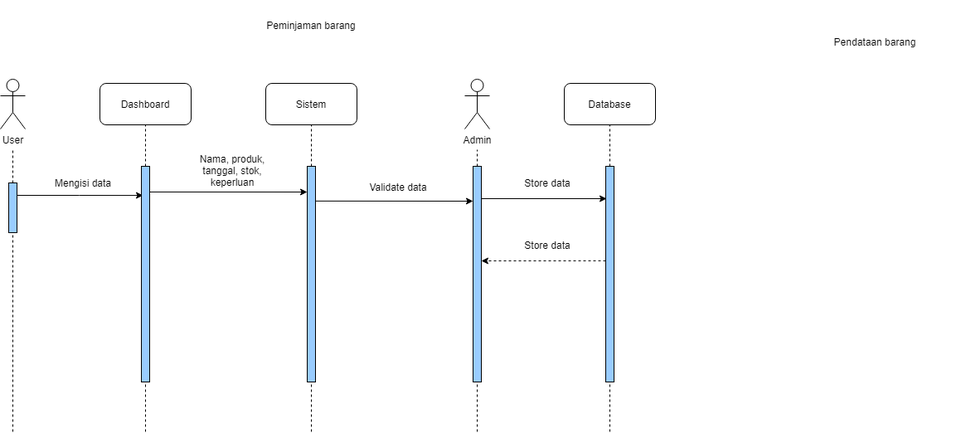
Above: diagrams/Sequence Diagram.drawio.png in johannfac/aplikasipeminjamanaset (draw.io), before the change. Source tidied: cells renumbered, new cells last; positions are measured from the earlier drawing's top-left corner, leaving out a move shared by most shapes.
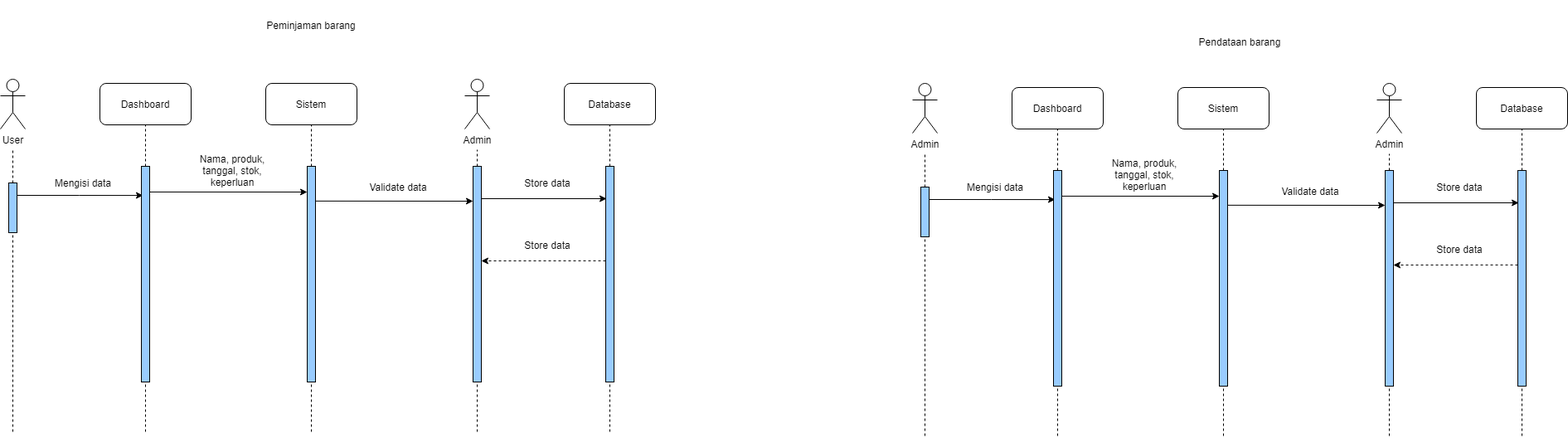
After the commit.

What changed in the source:
```diff
@@ -6,7 +6,7 @@
       <mxGeometry x="265" width="220" height="60" as="geometry" />
     </mxCell>
     <mxCell id="3" value="Pendataan barang" style="text;html=1;strokeColor=none;fillColor=none;align=center;verticalAlign=middle;whiteSpace=wrap;rounded=0;" parent="1" vertex="1">
-      <mxGeometry x="940" y="20" width="230" height="60" as="geometry" />
+      <mxGeometry x="1380" y="20" width="230" height="60" as="geometry" />
     </mxCell>
     <mxCell id="4" value="Dashboard" style="rounded=1;whiteSpace=wrap;html=1;" parent="1" vertex="1">
       <mxGeometry x="120" y="100" width="110" height="50" as="geometry" />
@@ -120,5 +120,117 @@
     <mxCell id="33" value="Store data" style="text;html=1;strokeColor=none;fillColor=none;align=center;verticalAlign=middle;whiteSpace=wrap;rounded=0;" parent="1" vertex="1">
       <mxGeometry x="610" y="280" width="100" height="30" as="geometry" />
     </mxCell>
+    <mxCell id="34" value="Dashboard" style="rounded=1;whiteSpace=wrap;html=1;" parent="1" vertex="1">
+      <mxGeometry x="1220" y="105" width="110" height="50" as="geometry" />
+    </mxCell>
+    <mxCell id="35" value="Sistem" style="rounded=1;whiteSpace=wrap;html=1;" parent="1" vertex="1">
+      <mxGeometry x="1420" y="105" width="110" height="50" as="geometry" />
+    </mxCell>
+    <mxCell id="36" value="Database" style="rounded=1;whiteSpace=wrap;html=1;" parent="1" vertex="1">
+      <mxGeometry x="1780" y="105" width="110" height="50" as="geometry" />
+    </mxCell>
+    <mxCell id="37" value="Admin" style="shape=umlActor;verticalLabelPosition=bottom;verticalAlign=top;html=1;" parent="1" vertex="1">
+      <mxGeometry x="1100" y="100" width="30" height="60" as="geometry" />
+    </mxCell>
+    <mxCell id="38" value="Admin" style="shape=umlActor;verticalLabelPosition=bottom;verticalAlign=top;html=1;" parent="1" vertex="1">
+      <mxGeometry x="1660" y="100" width="30" height="60" as="geometry" />
+    </mxCell>
+    <mxCell id="39" style="endArrow=none;dashed=1;html=1;rounded=0;startArrow=none;" parent="1" edge="1" source="47">
+      <mxGeometry relative="1" as="geometry">
+        <mxPoint x="1115" y="185" as="targetPoint" />
+      </mxGeometry>
+    </mxCell>
+    <mxCell id="40" style="endArrow=none;dashed=1;html=1;rounded=0;entryX=0.5;entryY=1;entryDx=0;entryDy=0;startArrow=none;" parent="1" edge="1" source="49" target="34">
+      <mxGeometry relative="1" as="geometry" />
+    </mxCell>
+    <mxCell id="41" style="endArrow=none;dashed=1;html=1;rounded=0;entryX=0.5;entryY=1;entryDx=0;entryDy=0;startArrow=none;" parent="1" edge="1" source="51">
+      <mxGeometry relative="1" as="geometry">
+        <mxPoint x="1475" y="155" as="targetPoint" />
+      </mxGeometry>
+    </mxCell>
+    <mxCell id="42" style="endArrow=none;dashed=1;html=1;rounded=0;startArrow=none;" parent="1" edge="1" source="53">
+      <mxGeometry relative="1" as="geometry">
+        <mxPoint x="1675" y="185" as="targetPoint" />
+      </mxGeometry>
+    </mxCell>
+    <mxCell id="43" style="endArrow=none;dashed=1;html=1;rounded=0;entryX=0.5;entryY=1;entryDx=0;entryDy=0;startArrow=none;" parent="1" edge="1" source="44" target="36">
+      <mxGeometry relative="1" as="geometry" />
+    </mxCell>
+    <mxCell id="44" style="rounded=0;whiteSpace=wrap;html=1;fillColor=#99CCFF;" parent="1" vertex="1">
+      <mxGeometry x="1830" y="205" width="10" height="260" as="geometry" />
+    </mxCell>
+    <mxCell id="45" style="endArrow=none;dashed=1;html=1;rounded=0;entryX=0.5;entryY=1;entryDx=0;entryDy=0;" parent="1" edge="1" target="44">
+      <mxGeometry relative="1" as="geometry">
+        <mxPoint x="1835" y="525" as="sourcePoint" />
+      </mxGeometry>
+    </mxCell>
+    <mxCell id="46" style="edgeStyle=orthogonalEdgeStyle;rounded=0;jettySize=auto;html=1;exitX=1;exitY=0.25;exitDx=0;exitDy=0;entryX=0.2;entryY=0.135;entryDx=0;entryDy=0;entryPerimeter=0;" parent="1" edge="1" source="47" target="49">
+      <mxGeometry relative="1" as="geometry" />
+    </mxCell>
+    <mxCell id="47" style="rounded=0;whiteSpace=wrap;html=1;fillColor=#99CCFF;" parent="1" vertex="1">
+      <mxGeometry x="1110" y="225" width="10" height="60" as="geometry" />
+    </mxCell>
+    <mxCell id="48" style="endArrow=none;dashed=1;html=1;rounded=0;" parent="1" edge="1" target="47">
+      <mxGeometry relative="1" as="geometry">
+        <mxPoint x="1115" y="525" as="sourcePoint" />
+      </mxGeometry>
+    </mxCell>
+    <mxCell id="49" style="rounded=0;whiteSpace=wrap;html=1;fillColor=#99CCFF;" parent="1" vertex="1">
+      <mxGeometry x="1270" y="205" width="10" height="260" as="geometry" />
+    </mxCell>
+    <mxCell id="50" style="endArrow=none;dashed=1;html=1;rounded=0;entryX=0.5;entryY=1;entryDx=0;entryDy=0;" parent="1" edge="1" target="49">
+      <mxGeometry relative="1" as="geometry">
+        <mxPoint x="1275" y="525" as="sourcePoint" />
+      </mxGeometry>
+    </mxCell>
+    <mxCell id="51" style="rounded=0;whiteSpace=wrap;html=1;fillColor=#99CCFF;" parent="1" vertex="1">
+      <mxGeometry x="1470" y="205" width="10" height="260" as="geometry" />
+    </mxCell>
+    <mxCell id="52" style="endArrow=none;dashed=1;html=1;rounded=0;entryX=0.5;entryY=1;entryDx=0;entryDy=0;" parent="1" edge="1" target="51">
+      <mxGeometry relative="1" as="geometry">
+        <mxPoint x="1475" y="525" as="sourcePoint" />
+      </mxGeometry>
+    </mxCell>
+    <mxCell id="53" style="rounded=0;whiteSpace=wrap;html=1;fillColor=#99CCFF;" parent="1" vertex="1">
+      <mxGeometry x="1670" y="205" width="10" height="260" as="geometry" />
+    </mxCell>
+    <mxCell id="54" style="endArrow=none;dashed=1;html=1;rounded=0;entryX=0.5;entryY=1;entryDx=0;entryDy=0;" parent="1" edge="1" target="53">
+      <mxGeometry relative="1" as="geometry">
+        <mxPoint x="1675" y="525" as="sourcePoint" />
+      </mxGeometry>
+    </mxCell>
+    <mxCell id="55" value="Mengisi data" style="text;html=1;strokeColor=none;fillColor=none;align=center;verticalAlign=middle;whiteSpace=wrap;rounded=0;" parent="1" vertex="1">
+      <mxGeometry x="1150" y="215" width="100" height="20" as="geometry" />
+    </mxCell>
+    <mxCell id="56" value="Nama, produk, tanggal, stok, keperluan" style="text;html=1;strokeColor=none;fillColor=none;align=center;verticalAlign=middle;whiteSpace=wrap;rounded=0;" parent="1" vertex="1">
+      <mxGeometry x="1330" y="185" width="100" height="50" as="geometry" />
+    </mxCell>
+    <mxCell id="57" style="endArrow=classic;html=1;rounded=0;exitX=1;exitY=0.119;exitDx=0;exitDy=0;exitPerimeter=0;" parent="1" edge="1" source="49">
+      <mxGeometry relative="1" as="geometry">
+        <mxPoint x="1470" y="236" as="targetPoint" />
+      </mxGeometry>
+    </mxCell>
+    <mxCell id="58" style="endArrow=classic;html=1;rounded=0;exitX=1;exitY=0.161;exitDx=0;exitDy=0;exitPerimeter=0;" parent="1" edge="1" source="51">
+      <mxGeometry relative="1" as="geometry">
+        <mxPoint x="1670" y="247" as="targetPoint" />
+      </mxGeometry>
+    </mxCell>
+    <mxCell id="59" value="Store data" style="text;html=1;strokeColor=none;fillColor=none;align=center;verticalAlign=middle;whiteSpace=wrap;rounded=0;" parent="1" vertex="1">
+      <mxGeometry x="1710" y="210" width="100" height="30" as="geometry" />
+    </mxCell>
+    <mxCell id="60" value="Validate data" style="text;html=1;strokeColor=none;fillColor=none;align=center;verticalAlign=middle;whiteSpace=wrap;rounded=0;" parent="1" vertex="1">
+      <mxGeometry x="1530" y="215" width="100" height="30" as="geometry" />
+    </mxCell>
+    <mxCell id="61" style="endArrow=classic;html=1;rounded=0;entryX=0.1;entryY=0.15;entryDx=0;entryDy=0;entryPerimeter=0;exitX=1;exitY=0.15;exitDx=0;exitDy=0;exitPerimeter=0;" parent="1" edge="1" source="53" target="44">
+      <mxGeometry relative="1" as="geometry" />
+    </mxCell>
+    <mxCell id="62" style="endArrow=classic;html=1;rounded=0;exitX=0;exitY=0.438;exitDx=0;exitDy=0;exitPerimeter=0;dashed=1;" parent="1" edge="1" source="44">
+      <mxGeometry relative="1" as="geometry">
+        <mxPoint x="1680" y="319" as="targetPoint" />
+      </mxGeometry>
+    </mxCell>
+    <mxCell id="63" value="Store data" style="text;html=1;strokeColor=none;fillColor=none;align=center;verticalAlign=middle;whiteSpace=wrap;rounded=0;" parent="1" vertex="1">
+      <mxGeometry x="1710" y="285" width="100" height="30" as="geometry" />
+    </mxCell>
   </root>
 </mxGraphModel>
```
